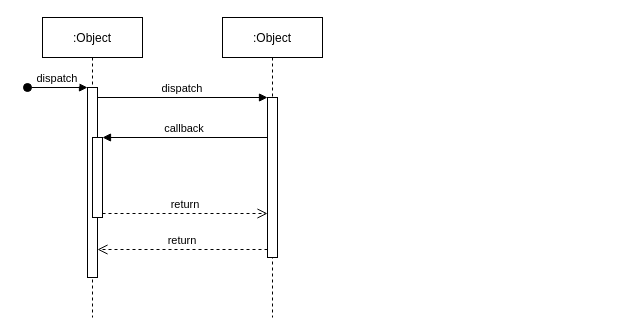
Before: Untitled Diagram.drawio in SmileRR/-, a draw.io diagram. Source tidied: cells renumbered, new cells numbered last; positions are measured from the earlier drawing's top-left corner, leaving out a move shared by most shapes. Both pictures are drawn from the tidied source at 100%, with x=0, y=0 at pixel (27, 17).
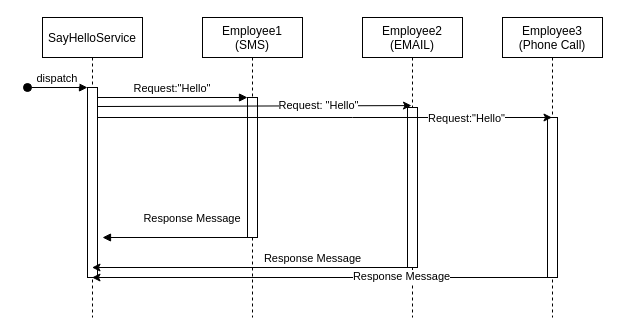
The same diagram, later.

The change refers to these unchanged cells:
```xml
<mxCell id="3" style="points=[];perimeter=orthogonalPerimeter;rounded=0;shadow=0;strokeWidth=1;" parent="2" vertex="1">
  <mxGeometry x="45" y="70" width="10" height="190" as="geometry" />
</mxCell>
```

Change to the diagram source:
```diff
@@
-    <mxCell id="2" value=":Object" style="shape=umlLifeline;perimeter=lifelinePerimeter;rounded=0;shadow=0;strokeWidth=1;" parent="1" vertex="1">
+    <mxCell id="2" value="SayHelloService" style="shape=umlLifeline;perimeter=lifelinePerimeter;rounded=0;shadow=0;strokeWidth=1;" parent="1" vertex="1">
       <mxGeometry x="15" width="100" height="300" as="geometry" />
     </mxCell>
@@
-    <mxCell id="5" style="points=[];perimeter=orthogonalPerimeter;rounded=0;shadow=0;strokeWidth=1;" parent="2" vertex="1">
-      <mxGeometry x="50" y="120" width="10" height="80" as="geometry" />
-    </mxCell>
-    <mxCell id="6" value=":Object" style="shape=umlLifeline;perimeter=lifelinePerimeter;rounded=0;shadow=0;strokeWidth=1;" parent="1" vertex="1">
-      <mxGeometry x="195" width="100" height="300" as="geometry" />
+    <mxCell id="6" value="Employee1&#10;(SMS)" style="shape=umlLifeline;perimeter=lifelinePerimeter;rounded=0;shadow=0;strokeWidth=1;" parent="1" vertex="1">
+      <mxGeometry x="175" width="100" height="300" as="geometry" />
     </mxCell>
     <mxCell id="7" style="points=[];perimeter=orthogonalPerimeter;rounded=0;shadow=0;strokeWidth=1;" parent="6" vertex="1">
-      <mxGeometry x="45" y="80" width="10" height="160" as="geometry" />
+      <mxGeometry x="45" y="80" width="10" height="140" as="geometry" />
     </mxCell>
-    <mxCell id="8" value="return" style="verticalAlign=bottom;endArrow=open;dashed=1;endSize=8;exitX=0;exitY=0.95;shadow=0;strokeWidth=1;" parent="1" edge="1" source="7" target="3">
-      <mxGeometry relative="1" as="geometry" />
-    </mxCell>
-    <mxCell id="9" value="dispatch" style="verticalAlign=bottom;endArrow=block;entryX=0;entryY=0;shadow=0;strokeWidth=1;" parent="1" edge="1" source="3" target="7">
+    <mxCell id="9" value="Request:&quot;Hello&quot;" style="verticalAlign=bottom;endArrow=block;entryX=0;entryY=0;shadow=0;strokeWidth=1;" parent="1" edge="1" source="3" target="7">
       <mxGeometry relative="1" as="geometry" />
     </mxCell>
-    <mxCell id="10" value="callback" style="verticalAlign=bottom;endArrow=block;entryX=1;entryY=0;shadow=0;strokeWidth=1;" parent="1" edge="1" source="7" target="5">
-      <mxGeometry relative="1" as="geometry" />
+    <mxCell id="10" value="Response Message" style="verticalAlign=bottom;endArrow=block;entryX=1;entryY=0;shadow=0;strokeWidth=1;" parent="1" edge="1">
+      <mxGeometry x="-0.24" y="-10" relative="1" as="geometry">
+        <mxPoint x="220" y="220" as="sourcePoint" />
+        <mxPoint x="75" y="220" as="targetPoint" />
+      </mxGeometry>
     </mxCell>
-    <mxCell id="11" value="return" style="verticalAlign=bottom;endArrow=open;dashed=1;endSize=8;exitX=1;exitY=0.95;shadow=0;strokeWidth=1;" parent="1" edge="1" source="5" target="7">
-      <mxGeometry relative="1" as="geometry" />
-    </mxCell>
+    <mxCell id="12" value="Employee2&#10;(EMAIL)" style="shape=umlLifeline;perimeter=lifelinePerimeter;rounded=0;shadow=0;strokeWidth=1;" parent="1" vertex="1">
+      <mxGeometry x="335" width="100" height="300" as="geometry" />
+    </mxCell>
+    <mxCell id="13" style="points=[];perimeter=orthogonalPerimeter;rounded=0;shadow=0;strokeWidth=1;" parent="12" vertex="1">
+      <mxGeometry x="45" y="90" width="10" height="160" as="geometry" />
+    </mxCell>
+    <mxCell id="14" value="Employee3&#10;(Phone Call)" style="shape=umlLifeline;perimeter=lifelinePerimeter;rounded=0;shadow=0;strokeWidth=1;" parent="1" vertex="1">
+      <mxGeometry x="475" width="100" height="300" as="geometry" />
+    </mxCell>
+    <mxCell id="15" style="points=[];perimeter=orthogonalPerimeter;rounded=0;shadow=0;strokeWidth=1;" parent="14" vertex="1">
+      <mxGeometry x="45" y="100" width="10" height="160" as="geometry" />
+    </mxCell>
+    <mxCell id="16" style="rounded=0;jettySize=auto;html=1;entryX=0.4;entryY=-0.012;entryDx=0;entryDy=0;entryPerimeter=0;exitX=1;exitY=0.1;exitDx=0;exitDy=0;exitPerimeter=0;" parent="1" edge="1" source="3" target="13">
+      <mxGeometry relative="1" as="geometry" />
+    </mxCell>
+    <mxCell id="17" value="Request: &quot;Hello&quot;" style="edgeLabel;html=1;align=center;verticalAlign=middle;" parent="16" vertex="1">
+      <mxGeometry x="0.41" y="1" relative="1" as="geometry" />
+    </mxCell>
+    <mxCell id="18" style="edgeStyle=none;rounded=0;jettySize=auto;html=1;" parent="1" edge="1" source="3" target="14">
+      <mxGeometry relative="1" as="geometry">
+        <Array as="points">
+          <mxPoint x="325" y="100" />
+        </Array>
+      </mxGeometry>
+    </mxCell>
+    <mxCell id="19" value="Request:&quot;Hello&quot;" style="edgeLabel;html=1;align=center;verticalAlign=middle;" parent="18" vertex="1">
+      <mxGeometry x="0.62" relative="1" as="geometry" />
+    </mxCell>
+    <mxCell id="20" style="edgeStyle=none;rounded=0;jettySize=auto;html=1;" parent="1" edge="1" source="13" target="2">
+      <mxGeometry relative="1" as="geometry">
+        <Array as="points">
+          <mxPoint x="385" y="250" />
+        </Array>
+      </mxGeometry>
+    </mxCell>
+    <mxCell id="21" value="Response Message" style="edgeLabel;html=1;align=center;verticalAlign=middle;" parent="20" vertex="1">
+      <mxGeometry x="-0.37" y="3" relative="1" as="geometry">
+        <mxPoint y="-13" as="offset" />
+      </mxGeometry>
+    </mxCell>
+    <mxCell id="22" style="edgeStyle=none;rounded=0;jettySize=auto;html=1;" parent="1" edge="1" source="15" target="2">
+      <mxGeometry relative="1" as="geometry">
+        <Array as="points">
+          <mxPoint x="525" y="260" />
+        </Array>
+      </mxGeometry>
+    </mxCell>
+    <mxCell id="23" value="Response Message" style="edgeLabel;html=1;align=center;verticalAlign=middle;" parent="22" vertex="1">
+      <mxGeometry x="-0.34" y="-2" relative="1" as="geometry" />
+    </mxCell>
```
